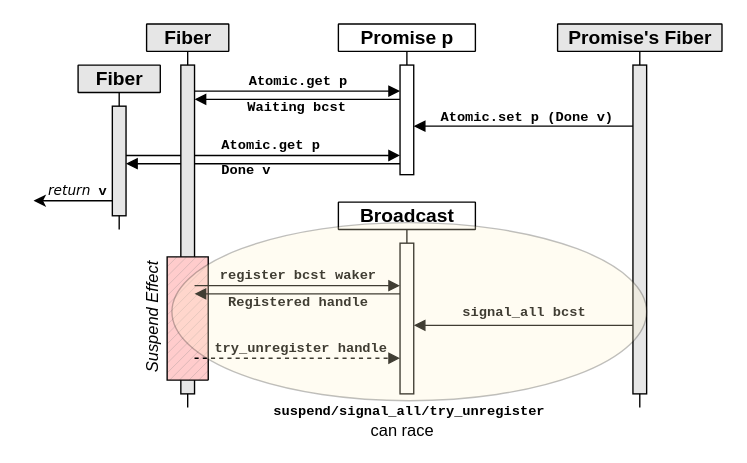
The draw.io diagram documents/thesis/images/CQS_Outer_Atomic.drawio in addap/master-thesis, before the edit. Source tidied: cells renumbered, new cells numbered last; positions are measured from the earlier drawing's top-left corner, leaving out a move shared by most shapes. Both pictures are drawn from the tidied source at 137%, with x=0, y=0 at pixel (33, 23).
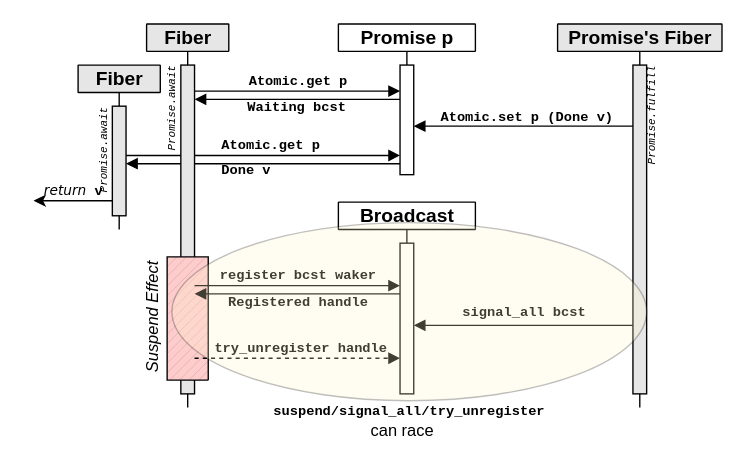
The same diagram, later.

Unchanged cells that the change refers to:
```xml
<mxCell id="20" style="endArrow=classic;html=1;rounded=0;labelPosition=center;verticalLabelPosition=top;align=center;verticalAlign=bottom;" parent="1" edge="1">
  <mxGeometry relative="1" as="geometry">
    <mxPoint x="57.5" y="129" as="sourcePoint" />
    <mxPoint y="129" as="targetPoint" />
  </mxGeometry>
</mxCell>
```

Change to the diagram source:
```diff
@@
-    <mxCell id="12" style="html=1;points=[];perimeter=orthogonalPerimeter;outlineConnect=0;targetShapes=umlLifeline;portConstraint=eastwest;newEdgeStyle={&quot;edgeStyle&quot;:&quot;elbowEdgeStyle&quot;,&quot;elbow&quot;:&quot;vertical&quot;,&quot;curved&quot;:0,&quot;rounded&quot;:0};fillColor=#E6E6E6;strokeColor=#000000;" parent="1" vertex="1">
+    <mxCell id="12" value="&lt;font style=&quot;font-size: 8px;&quot; face=&quot;Courier New&quot;&gt;&lt;i&gt;Promise.fulfill&lt;/i&gt;&lt;/font&gt;" style="html=1;points=[];perimeter=orthogonalPerimeter;outlineConnect=0;targetShapes=umlLifeline;portConstraint=eastwest;newEdgeStyle={&quot;edgeStyle&quot;:&quot;elbowEdgeStyle&quot;,&quot;elbow&quot;:&quot;vertical&quot;,&quot;curved&quot;:0,&quot;rounded&quot;:0};fillColor=#E6E6E6;strokeColor=#000000;horizontal=0;labelPosition=left;verticalLabelPosition=middle;align=right;verticalAlign=middle;spacingTop=35;" parent="1" vertex="1">
       <mxGeometry x="437.5" y="30" width="10" height="240" as="geometry" />
     </mxCell>
@@
-    <mxCell id="18" style="html=1;points=[];perimeter=orthogonalPerimeter;outlineConnect=0;targetShapes=umlLifeline;portConstraint=eastwest;newEdgeStyle={&quot;edgeStyle&quot;:&quot;elbowEdgeStyle&quot;,&quot;elbow&quot;:&quot;vertical&quot;,&quot;curved&quot;:0,&quot;rounded&quot;:0};fillColor=#E6E6E6;strokeColor=default;" parent="1" vertex="1">
+    <mxCell id="18" value="&lt;i&gt;&lt;font style=&quot;font-size: 8px;&quot; face=&quot;Courier New&quot;&gt;Promise.await&lt;/font&gt;&lt;/i&gt;" style="html=1;points=[];perimeter=orthogonalPerimeter;outlineConnect=0;targetShapes=umlLifeline;portConstraint=eastwest;newEdgeStyle={&quot;edgeStyle&quot;:&quot;elbowEdgeStyle&quot;,&quot;elbow&quot;:&quot;vertical&quot;,&quot;curved&quot;:0,&quot;rounded&quot;:0};fillColor=#E6E6E6;strokeColor=default;horizontal=0;labelPosition=left;verticalLabelPosition=middle;align=right;verticalAlign=middle;spacingTop=-6;" parent="1" vertex="1">
       <mxGeometry x="107.5" y="30" width="10" height="240" as="geometry" />
     </mxCell>
@@
     <mxCell id="21" value="&lt;font style=&quot;font-size: 10px;&quot; face=&quot;Verdana&quot;&gt;&lt;i&gt;return&lt;/i&gt;&lt;/font&gt;&lt;font face=&quot;Courier New&quot; style=&quot;font-size: 10px;&quot;&gt;&lt;b&gt; v&lt;/b&gt;&lt;br&gt;&lt;/font&gt;" style="edgeLabel;html=1;align=center;verticalAlign=bottom;labelPosition=center;verticalLabelPosition=top;spacingLeft=3;spacingBottom=-1;labelBackgroundColor=none;" parent="20" vertex="1">
       <mxGeometry x="0.21" y="1" relative="1" as="geometry">
-        <mxPoint x="7" y="-1" as="offset" />
+        <mxPoint x="4" y="-1" as="offset" />
       </mxGeometry>
     </mxCell>
@@
-    <mxCell id="24" style="html=1;points=[];perimeter=orthogonalPerimeter;outlineConnect=0;targetShapes=umlLifeline;portConstraint=eastwest;newEdgeStyle={&quot;edgeStyle&quot;:&quot;elbowEdgeStyle&quot;,&quot;elbow&quot;:&quot;vertical&quot;,&quot;curved&quot;:0,&quot;rounded&quot;:0};fillColor=#E6E6E6;strokeColor=default;" parent="1" vertex="1">
+    <mxCell id="24" value="&lt;font style=&quot;font-size: 8px;&quot; face=&quot;Courier New&quot;&gt;&lt;i&gt;Promise.await&lt;/i&gt;&lt;/font&gt;" style="html=1;points=[];perimeter=orthogonalPerimeter;outlineConnect=0;targetShapes=umlLifeline;portConstraint=eastwest;newEdgeStyle={&quot;edgeStyle&quot;:&quot;elbowEdgeStyle&quot;,&quot;elbow&quot;:&quot;vertical&quot;,&quot;curved&quot;:0,&quot;rounded&quot;:0};fillColor=#E6E6E6;strokeColor=default;horizontal=0;labelPosition=left;verticalLabelPosition=middle;align=right;verticalAlign=middle;spacingTop=-5;" parent="1" vertex="1">
       <mxGeometry x="57.5" y="60" width="10" height="80" as="geometry" />
     </mxCell>
```
